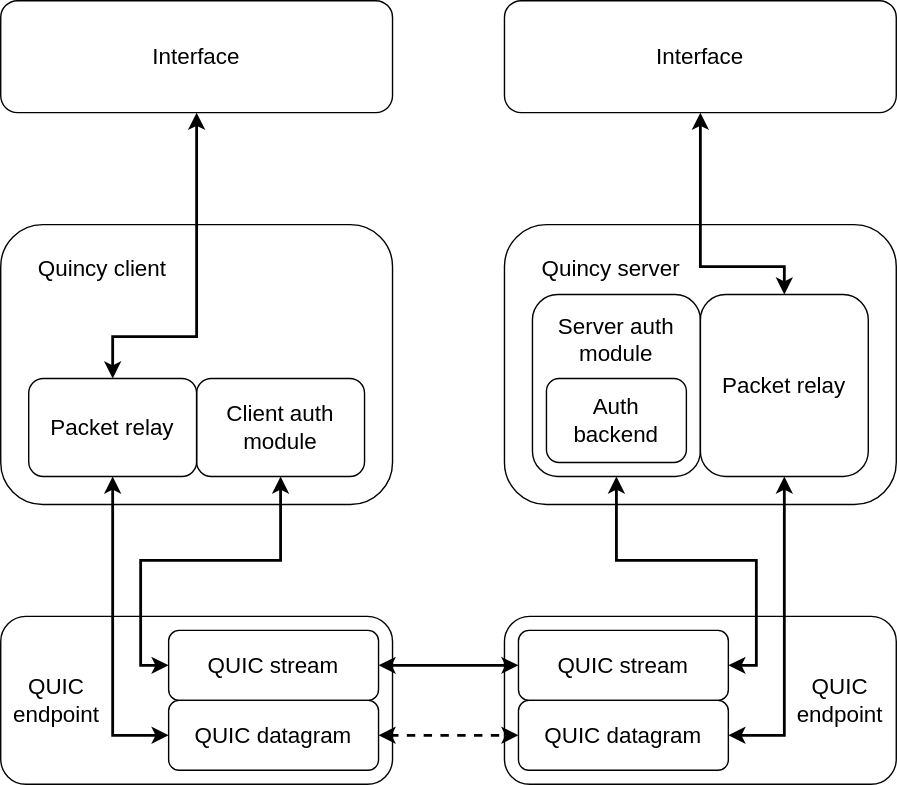
The draw.io diagram docs/architecture_diagram.svg in quincy-rs/quincy, before a commit. Source tidied: cells renumbered, new cells last; positions are measured from the earlier drawing's top-left corner, leaving out a move shared by most shapes.
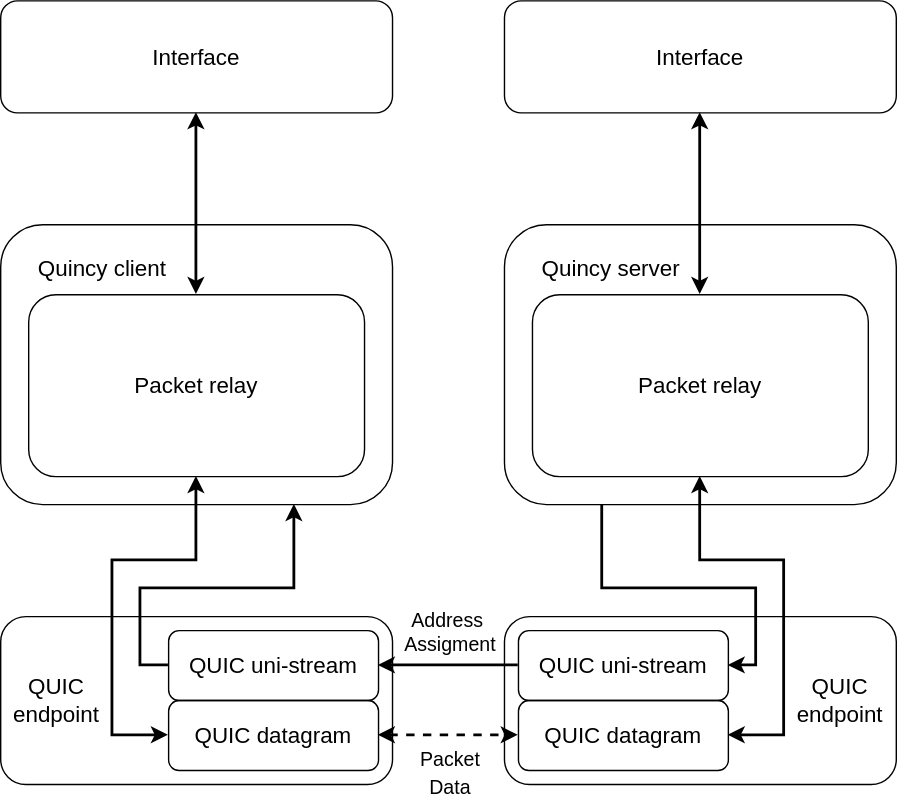
The same diagram one commit later.

Diff of the diagram source:
```diff
@@ -18,37 +18,40 @@
       <mxGeometry x="360" width="280" height="80" as="geometry" />
     </mxCell>
     <mxCell id="7" style="endArrow=classic;startArrow=classic;html=1;rounded=0;exitX=0.5;exitY=0;exitDx=0;exitDy=0;entryX=0.5;entryY=1;entryDx=0;entryDy=0;strokeWidth=2;fontSize=16;" parent="1" edge="1" source="21" target="5">
-      <mxGeometry relative="1" as="geometry">
-        <Array as="points">
-          <mxPoint x="80" y="240" />
-          <mxPoint x="140" y="240" />
-        </Array>
-      </mxGeometry>
+      <mxGeometry relative="1" as="geometry" />
     </mxCell>
+    <mxCell id="25" style="edgeStyle=orthogonalEdgeStyle;rounded=0;jettySize=auto;html=1;exitX=0.25;exitY=1;exitDx=0;exitDy=0;entryX=1;entryY=0.5;entryDx=0;entryDy=0;strokeWidth=2;" parent="1" edge="1" source="8" target="13">
+      <mxGeometry relative="1" as="geometry">
+        <Array as="points">
+          <mxPoint x="430" y="420" />
+          <mxPoint x="540" y="420" />
+          <mxPoint x="540" y="475" />
+        </Array>
+      </mxGeometry>
+    </mxCell>
     <mxCell id="8" value="Quincy s&lt;span style=&quot;background-color: initial; font-size: 16px;&quot;&gt;erver&lt;/span&gt;" style="rounded=1;whiteSpace=wrap;html=1;verticalAlign=top;align=left;labelPosition=center;verticalLabelPosition=middle;spacingTop=15;spacingLeft=25;fontSize=16;fillColor=none;" parent="1" vertex="1">
       <mxGeometry x="360" y="160" width="280" height="200" as="geometry" />
     </mxCell>
     <mxCell id="9" style="endArrow=classic;startArrow=classic;html=1;rounded=0;exitX=0.5;exitY=0;exitDx=0;exitDy=0;entryX=0.5;entryY=1;entryDx=0;entryDy=0;strokeWidth=2;fontSize=16;" parent="1" edge="1" source="23" target="6">
       <mxGeometry relative="1" as="geometry">
         <Array as="points">
-          <mxPoint x="560" y="190" />
           <mxPoint x="500" y="190" />
         </Array>
       </mxGeometry>
     </mxCell>
-    <mxCell id="10" value="Client auth&lt;div style=&quot;font-size: 16px;&quot;&gt;module&lt;/div&gt;" style="rounded=1;whiteSpace=wrap;html=1;fontSize=16;fillColor=none;" parent="1" vertex="1">
-      <mxGeometry x="140" y="270" width="120" height="70" as="geometry" />
-    </mxCell>
-    <mxCell id="11" value="Server auth&lt;div style=&quot;font-size: 16px;&quot;&gt;&lt;span style=&quot;background-color: initial; font-size: 16px;&quot;&gt;module&lt;/span&gt;&lt;/div&gt;" style="rounded=1;whiteSpace=wrap;html=1;verticalAlign=top;align=center;spacingTop=7;spacingLeft=0;fontSize=16;fillColor=none;" parent="1" vertex="1">
-      <mxGeometry x="380" y="210" width="120" height="130" as="geometry" />
-    </mxCell>
-    <mxCell id="12" value="Auth&lt;div style=&quot;font-size: 16px;&quot;&gt;backend&lt;/div&gt;" style="rounded=1;whiteSpace=wrap;html=1;fontSize=16;fillColor=none;" parent="1" vertex="1">
-      <mxGeometry x="390" y="270" width="100" height="60" as="geometry" />
-    </mxCell>
-    <mxCell id="13" value="QUIC stream" style="rounded=1;whiteSpace=wrap;html=1;fontSize=16;fillColor=none;" parent="1" vertex="1">
+    <mxCell id="13" value="QUIC uni-stream" style="rounded=1;whiteSpace=wrap;html=1;fontSize=16;fillColor=none;" parent="1" vertex="1">
       <mxGeometry x="370" y="450" width="150" height="50" as="geometry" />
     </mxCell>
+    <mxCell id="26" style="edgeStyle=orthogonalEdgeStyle;rounded=0;jettySize=auto;html=1;exitX=0;exitY=0.5;exitDx=0;exitDy=0;entryX=0.75;entryY=1;entryDx=0;entryDy=0;strokeWidth=2;" parent="1" edge="1" source="14" target="2">
+      <mxGeometry relative="1" as="geometry">
+        <Array as="points">
+          <mxPoint x="100" y="475" />
+          <mxPoint x="100" y="420" />
+          <mxPoint x="210" y="420" />
+        </Array>
+      </mxGeometry>
+    </mxCell>
-    <mxCell id="14" value="QUIC stream" style="rounded=1;whiteSpace=wrap;html=1;fontSize=16;fillColor=none;" parent="1" vertex="1">
+    <mxCell id="14" value="QUIC uni-stream" style="rounded=1;whiteSpace=wrap;html=1;fontSize=16;fillColor=none;" parent="1" vertex="1">
       <mxGeometry x="120" y="450" width="150" height="50" as="geometry" />
     </mxCell>
     <mxCell id="15" value="QUIC datagram" style="rounded=1;whiteSpace=wrap;html=1;fontSize=16;fillColor=none;" parent="1" vertex="1">
@@ -60,44 +63,40 @@
     <mxCell id="17" style="endArrow=classic;startArrow=classic;html=1;rounded=0;exitX=1;exitY=0.5;exitDx=0;exitDy=0;entryX=0;entryY=0.5;entryDx=0;entryDy=0;strokeWidth=2;dashed=1;fontSize=16;" parent="1" edge="1" source="16" target="15">
       <mxGeometry relative="1" as="geometry" />
     </mxCell>
+    <mxCell id="27" value="&lt;font style=&quot;font-size: 14px;&quot;&gt;Packet&lt;/font&gt;&lt;div&gt;&lt;font style=&quot;font-size: 14px;&quot;&gt;Data&lt;/font&gt;&lt;/div&gt;" style="edgeLabel;html=1;align=center;verticalAlign=middle;fontSize=16;" parent="17" vertex="1">
+      <mxGeometry x="-0.3" relative="1" as="geometry">
+        <mxPoint x="15" y="25" as="offset" />
+      </mxGeometry>
+    </mxCell>
-    <mxCell id="18" style="endArrow=classic;startArrow=classic;html=1;rounded=0;exitX=1;exitY=0.5;exitDx=0;exitDy=0;entryX=0;entryY=0.5;entryDx=0;entryDy=0;strokeWidth=2;fontSize=16;" parent="1" edge="1" source="14" target="13">
+    <mxCell id="18" style="endArrow=none;startArrow=classic;html=1;rounded=0;exitX=1;exitY=0.5;exitDx=0;exitDy=0;entryX=0;entryY=0.5;entryDx=0;entryDy=0;strokeWidth=2;fontSize=16;startFill=1;endFill=0;" parent="1" edge="1" source="14" target="13">
       <mxGeometry relative="1" as="geometry" />
     </mxCell>
-    <mxCell id="19" style="endArrow=classic;startArrow=classic;html=1;rounded=0;exitX=0.5;exitY=1;exitDx=0;exitDy=0;entryX=0;entryY=0.5;entryDx=0;entryDy=0;strokeWidth=2;fontSize=16;" parent="1" edge="1" source="10" target="14">
-      <mxGeometry relative="1" as="geometry">
-        <Array as="points">
-          <mxPoint x="200" y="400" />
-          <mxPoint x="100" y="400" />
-          <mxPoint x="100" y="475" />
-        </Array>
-      </mxGeometry>
-    </mxCell>
+    <mxCell id="28" value="&lt;font style=&quot;font-size: 14px;&quot;&gt;Address&amp;nbsp;&lt;/font&gt;&lt;div&gt;&lt;font style=&quot;font-size: 14px;&quot;&gt;A&lt;/font&gt;&lt;span style=&quot;background-color: light-dark(#ffffff, var(--ge-dark-color, #121212)); color: light-dark(rgb(0, 0, 0), rgb(255, 255, 255)); font-size: 14px;&quot;&gt;ssigment&lt;/span&gt;&lt;/div&gt;" style="edgeLabel;html=1;align=center;verticalAlign=middle;" parent="18" vertex="1">
+      <mxGeometry x="-0.06" y="2" relative="1" as="geometry">
+        <mxPoint x="3" y="-23" as="offset" />
+      </mxGeometry>
+    </mxCell>
-    <mxCell id="20" style="endArrow=classic;startArrow=classic;html=1;rounded=0;exitX=0.5;exitY=1;exitDx=0;exitDy=0;entryX=0;entryY=0.5;entryDx=0;entryDy=0;strokeWidth=2;fontSize=16;" parent="1" edge="1" source="21" target="16">
+    <mxCell id="20" style="endArrow=classic;startArrow=classic;html=1;rounded=0;exitX=0;exitY=0.5;exitDx=0;exitDy=0;entryX=0.5;entryY=1;entryDx=0;entryDy=0;strokeWidth=2;fontSize=16;" parent="1" edge="1" source="16" target="21">
       <mxGeometry relative="1" as="geometry">
         <Array as="points">
           <mxPoint x="80" y="525" />
+          <mxPoint x="80" y="400" />
+          <mxPoint x="140" y="400" />
         </Array>
       </mxGeometry>
     </mxCell>
     <mxCell id="21" value="Packet relay" style="rounded=1;whiteSpace=wrap;html=1;fontSize=16;fillColor=none;" parent="1" vertex="1">
-      <mxGeometry x="20" y="270" width="120" height="70" as="geometry" />
+      <mxGeometry x="20" y="210" width="240" height="130" as="geometry" />
     </mxCell>
-    <mxCell id="22" style="endArrow=classic;startArrow=classic;html=1;rounded=0;exitX=0.5;exitY=1;exitDx=0;exitDy=0;entryX=1;entryY=0.5;entryDx=0;entryDy=0;strokeWidth=2;fontSize=16;" parent="1" edge="1" source="11" target="13">
-      <mxGeometry relative="1" as="geometry">
-        <Array as="points">
-          <mxPoint x="440" y="400" />
-          <mxPoint x="540" y="400" />
-          <mxPoint x="540" y="475" />
-        </Array>
-      </mxGeometry>
-    </mxCell>
     <mxCell id="23" value="Packet relay" style="rounded=1;whiteSpace=wrap;html=1;fontSize=16;fillColor=none;" parent="1" vertex="1">
-      <mxGeometry x="500" y="210" width="120" height="130" as="geometry" />
+      <mxGeometry x="380" y="210" width="240" height="130" as="geometry" />
     </mxCell>
     <mxCell id="24" style="endArrow=classic;startArrow=classic;html=1;rounded=0;exitX=1;exitY=0.5;exitDx=0;exitDy=0;entryX=0.5;entryY=1;entryDx=0;entryDy=0;strokeWidth=2;fontSize=16;" parent="1" edge="1" source="15" target="23">
       <mxGeometry relative="1" as="geometry">
         <Array as="points">
           <mxPoint x="560" y="525" />
+          <mxPoint x="560" y="400" />
+          <mxPoint x="500" y="400" />
         </Array>
       </mxGeometry>
     </mxCell>
```
